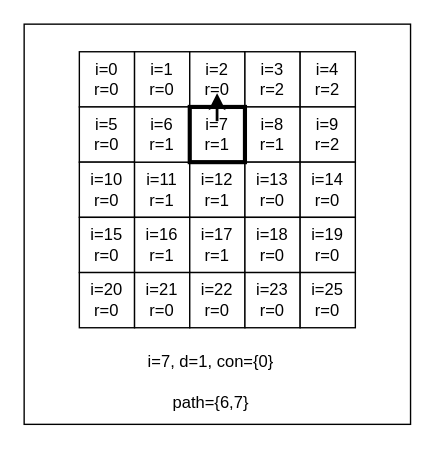
Before: page "Page-4" (4 of 14) of file/Algorithm/NavmeshNavigation/NavmeshNavigation_WalkContour.drawio in FallingXun/FallingXun.github.io, a draw.io diagram. Source tidied: cells renumbered, new cells numbered last; positions are measured from the earlier drawing's top-left corner, leaving out a move shared by most shapes. Both pictures are drawn from the tidied source at 138%, with x=0, y=0 at pixel (23, 23).
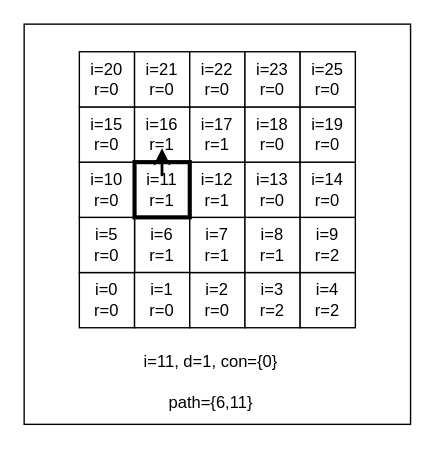
Above is the later version.

Unchanged cells that the change refers to:
```xml
<mxCell id="15" value="&lt;font style=&quot;color: light-dark(rgb(0, 0, 0), rgb(255, 255, 255));&quot;&gt;i=13&lt;/font&gt;&lt;div&gt;&lt;font style=&quot;color: light-dark(rgb(0, 0, 0), rgb(255, 255, 255));&quot;&gt;r=0&lt;/font&gt;&lt;/div&gt;" style="whiteSpace=wrap;html=1;fillColor=light-dark(#FFFFFF,#FF0000);" parent="1" vertex="1">
  <mxGeometry x="160" y="100" width="40" height="40" as="geometry" />
</mxCell>
```

Diff of the diagram source:
```diff
@@
+    <mxCell id="28" value="i=11, d=1, con={0}" style="text;html=1;align=center;verticalAlign=middle;strokeColor=none;fillColor=none;" parent="1" vertex="1">
+      <mxGeometry x="75" y="230" width="120" height="30" as="geometry" />
+    </mxCell>
+    <mxCell id="31" value="path={6,11}" style="text;html=1;align=center;verticalAlign=middle;strokeColor=none;fillColor=none;" parent="1" vertex="1">
+      <mxGeometry x="95" y="260" width="80" height="30" as="geometry" />
+    </mxCell>
+    <mxCell id="27" value="&lt;font style=&quot;color: light-dark(rgb(0, 0, 0), rgb(255, 255, 255));&quot;&gt;i=6&lt;/font&gt;&lt;div&gt;&lt;font style=&quot;color: light-dark(rgb(0, 0, 0), rgb(255, 255, 255));&quot;&gt;r=1&lt;/font&gt;&lt;/div&gt;" style="whiteSpace=wrap;html=1;strokeWidth=1;strokeColor=light-dark(#000000,#FFFFFF);" parent="1" vertex="1">
+      <mxGeometry x="80" y="140" width="40" height="40" as="geometry" />
+    </mxCell>
     <mxCell id="2" value="&lt;font style=&quot;color: light-dark(rgb(0, 0, 0), rgb(255, 255, 255));&quot;&gt;i=0&lt;/font&gt;&lt;div&gt;&lt;font style=&quot;color: light-dark(rgb(0, 0, 0), rgb(255, 255, 255));&quot;&gt;r=0&lt;/font&gt;&lt;/div&gt;" style="whiteSpace=wrap;html=1;fillColor=light-dark(#FFFFFF,#FF0000);" parent="1" vertex="1">
-      <mxGeometry x="40" y="20" width="40" height="40" as="geometry" />
+      <mxGeometry x="40" y="180" width="40" height="40" as="geometry" />
     </mxCell>
     <mxCell id="3" value="&lt;font style=&quot;color: light-dark(rgb(0, 0, 0), rgb(255, 255, 255));&quot;&gt;i=1&lt;/font&gt;&lt;div&gt;&lt;font style=&quot;color: light-dark(rgb(0, 0, 0), rgb(255, 255, 255));&quot;&gt;r=0&lt;/font&gt;&lt;/div&gt;" style="whiteSpace=wrap;html=1;fillColor=light-dark(#FFFFFF,#FF0000);" parent="1" vertex="1">
-      <mxGeometry x="80" y="20" width="40" height="40" as="geometry" />
+      <mxGeometry x="80" y="180" width="40" height="40" as="geometry" />
     </mxCell>
     <mxCell id="4" value="&lt;font style=&quot;color: light-dark(rgb(0, 0, 0), rgb(255, 255, 255));&quot;&gt;i=2&lt;/font&gt;&lt;div&gt;&lt;font style=&quot;color: light-dark(rgb(0, 0, 0), rgb(255, 255, 255));&quot;&gt;r=0&lt;/font&gt;&lt;/div&gt;" style="whiteSpace=wrap;html=1;fillColor=light-dark(#FFFFFF,#FF0000);" parent="1" vertex="1">
-      <mxGeometry x="120" y="20" width="40" height="40" as="geometry" />
+      <mxGeometry x="120" y="180" width="40" height="40" as="geometry" />
     </mxCell>
     <mxCell id="5" value="&lt;font style=&quot;color: light-dark(rgb(0, 0, 0), rgb(0, 0, 0));&quot;&gt;i=3&lt;/font&gt;&lt;div&gt;&lt;font style=&quot;color: light-dark(rgb(0, 0, 0), rgb(0, 0, 0));&quot;&gt;r=2&lt;/font&gt;&lt;/div&gt;" style="whiteSpace=wrap;html=1;fillColor=light-dark(#FFFFFF,#FFFF00);" parent="1" vertex="1">
-      <mxGeometry x="160" y="20" width="40" height="40" as="geometry" />
+      <mxGeometry x="160" y="180" width="40" height="40" as="geometry" />
     </mxCell>
     <mxCell id="6" value="&lt;font style=&quot;color: light-dark(rgb(0, 0, 0), rgb(0, 0, 0));&quot;&gt;i=4&lt;/font&gt;&lt;div&gt;&lt;font style=&quot;color: light-dark(rgb(0, 0, 0), rgb(0, 0, 0));&quot;&gt;r=2&lt;/font&gt;&lt;/div&gt;" style="whiteSpace=wrap;html=1;fillColor=light-dark(#FFFFFF,#FFFF00);" parent="1" vertex="1">
-      <mxGeometry x="200" y="20" width="40" height="40" as="geometry" />
+      <mxGeometry x="200" y="180" width="40" height="40" as="geometry" />
     </mxCell>
-    <mxCell id="7" style="edgeStyle=none;html=1;" parent="1" edge="1" source="8" target="15">
-      <mxGeometry relative="1" as="geometry" />
-    </mxCell>
     <mxCell id="8" value="&lt;font style=&quot;color: light-dark(rgb(0, 0, 0), rgb(255, 255, 255));&quot;&gt;i=5&lt;/font&gt;&lt;div&gt;&lt;font style=&quot;color: light-dark(rgb(0, 0, 0), rgb(255, 255, 255));&quot;&gt;r=0&lt;/font&gt;&lt;/div&gt;" style="whiteSpace=wrap;html=1;fillColor=light-dark(#FFFFFF,#FF0000);" parent="1" vertex="1">
-      <mxGeometry x="40" y="60" width="40" height="40" as="geometry" />
+      <mxGeometry x="40" y="140" width="40" height="40" as="geometry" />
     </mxCell>
     <mxCell id="9" value="&lt;font style=&quot;color: light-dark(rgb(0, 0, 0), rgb(255, 255, 255));&quot;&gt;i=7&lt;/font&gt;&lt;div&gt;&lt;div&gt;&lt;font style=&quot;color: light-dark(rgb(0, 0, 0), rgb(255, 255, 255));&quot;&gt;r=1&lt;/font&gt;&lt;/div&gt;&lt;/div&gt;" style="whiteSpace=wrap;html=1;" parent="1" vertex="1">
-      <mxGeometry x="120" y="60" width="40" height="40" as="geometry" />
+      <mxGeometry x="120" y="140" width="40" height="40" as="geometry" />
     </mxCell>
     <mxCell id="10" value="&lt;font style=&quot;color: light-dark(rgb(0, 0, 0), rgb(255, 255, 255));&quot;&gt;i=8&lt;/font&gt;&lt;div&gt;&lt;font style=&quot;color: light-dark(rgb(0, 0, 0), rgb(255, 255, 255));&quot;&gt;r=1&lt;/font&gt;&lt;/div&gt;" style="whiteSpace=wrap;html=1;" parent="1" vertex="1">
-      <mxGeometry x="160" y="60" width="40" height="40" as="geometry" />
+      <mxGeometry x="160" y="140" width="40" height="40" as="geometry" />
     </mxCell>
     <mxCell id="11" value="&lt;font style=&quot;color: light-dark(rgb(0, 0, 0), rgb(0, 0, 0));&quot;&gt;i=9&lt;/font&gt;&lt;div&gt;&lt;font style=&quot;color: light-dark(rgb(0, 0, 0), rgb(0, 0, 0));&quot;&gt;r=2&lt;/font&gt;&lt;/div&gt;" style="whiteSpace=wrap;html=1;fillColor=light-dark(#FFFFFF,#FFFF00);" parent="1" vertex="1">
-      <mxGeometry x="200" y="60" width="40" height="40" as="geometry" />
+      <mxGeometry x="200" y="140" width="40" height="40" as="geometry" />
     </mxCell>
@@
     <mxCell id="17" value="&lt;font style=&quot;color: light-dark(rgb(0, 0, 0), rgb(255, 255, 255));&quot;&gt;i=15&lt;/font&gt;&lt;div&gt;&lt;font style=&quot;color: light-dark(rgb(0, 0, 0), rgb(255, 255, 255));&quot;&gt;r=0&lt;/font&gt;&lt;/div&gt;" style="whiteSpace=wrap;html=1;fillColor=light-dark(#FFFFFF,#FF0000);" parent="1" vertex="1">
-      <mxGeometry x="40" y="140" width="40" height="40" as="geometry" />
+      <mxGeometry x="40" y="60" width="40" height="40" as="geometry" />
     </mxCell>
     <mxCell id="18" value="&lt;font style=&quot;color: light-dark(rgb(0, 0, 0), rgb(255, 255, 255));&quot;&gt;i=16&lt;/font&gt;&lt;div&gt;&lt;font style=&quot;color: light-dark(rgb(0, 0, 0), rgb(255, 255, 255));&quot;&gt;r=1&lt;/font&gt;&lt;/div&gt;" style="whiteSpace=wrap;html=1;" parent="1" vertex="1">
-      <mxGeometry x="80" y="140" width="40" height="40" as="geometry" />
+      <mxGeometry x="80" y="60" width="40" height="40" as="geometry" />
     </mxCell>
     <mxCell id="19" value="&lt;font style=&quot;color: light-dark(rgb(0, 0, 0), rgb(255, 255, 255));&quot;&gt;i=17&lt;/font&gt;&lt;div&gt;&lt;font style=&quot;color: light-dark(rgb(0, 0, 0), rgb(255, 255, 255));&quot;&gt;r=1&lt;/font&gt;&lt;/div&gt;" style="whiteSpace=wrap;html=1;" parent="1" vertex="1">
-      <mxGeometry x="120" y="140" width="40" height="40" as="geometry" />
+      <mxGeometry x="120" y="60" width="40" height="40" as="geometry" />
     </mxCell>
     <mxCell id="20" value="&lt;font style=&quot;color: light-dark(rgb(0, 0, 0), rgb(255, 255, 255));&quot;&gt;i=18&lt;/font&gt;&lt;div&gt;&lt;font style=&quot;color: light-dark(rgb(0, 0, 0), rgb(255, 255, 255));&quot;&gt;r=0&lt;/font&gt;&lt;/div&gt;" style="whiteSpace=wrap;html=1;fillColor=light-dark(#FFFFFF,#FF0000);" parent="1" vertex="1">
-      <mxGeometry x="160" y="140" width="40" height="40" as="geometry" />
+      <mxGeometry x="160" y="60" width="40" height="40" as="geometry" />
     </mxCell>
     <mxCell id="21" value="&lt;font style=&quot;color: light-dark(rgb(0, 0, 0), rgb(255, 255, 255));&quot;&gt;i=19&lt;/font&gt;&lt;div&gt;&lt;font style=&quot;color: light-dark(rgb(0, 0, 0), rgb(255, 255, 255));&quot;&gt;r=0&lt;/font&gt;&lt;/div&gt;" style="whiteSpace=wrap;html=1;fillColor=light-dark(#FFFFFF,#FF0000);" parent="1" vertex="1">
-      <mxGeometry x="200" y="140" width="40" height="40" as="geometry" />
+      <mxGeometry x="200" y="60" width="40" height="40" as="geometry" />
     </mxCell>
     <mxCell id="22" value="&lt;font style=&quot;color: light-dark(rgb(0, 0, 0), rgb(255, 255, 255));&quot;&gt;i=20&lt;/font&gt;&lt;div&gt;&lt;font style=&quot;color: light-dark(rgb(0, 0, 0), rgb(255, 255, 255));&quot;&gt;r=0&lt;/font&gt;&lt;/div&gt;" style="whiteSpace=wrap;html=1;fillColor=light-dark(#FFFFFF,#FF0000);" parent="1" vertex="1">
-      <mxGeometry x="40" y="180" width="40" height="40" as="geometry" />
+      <mxGeometry x="40" y="20" width="40" height="40" as="geometry" />
     </mxCell>
     <mxCell id="23" value="&lt;font style=&quot;color: light-dark(rgb(0, 0, 0), rgb(255, 255, 255));&quot;&gt;i=21&lt;/font&gt;&lt;div&gt;&lt;font style=&quot;color: light-dark(rgb(0, 0, 0), rgb(255, 255, 255));&quot;&gt;r=0&lt;/font&gt;&lt;/div&gt;" style="whiteSpace=wrap;html=1;fillColor=light-dark(#FFFFFF,#FF0000);" parent="1" vertex="1">
-      <mxGeometry x="80" y="180" width="40" height="40" as="geometry" />
+      <mxGeometry x="80" y="20" width="40" height="40" as="geometry" />
     </mxCell>
     <mxCell id="24" value="&lt;font style=&quot;color: light-dark(rgb(0, 0, 0), rgb(255, 255, 255));&quot;&gt;i=22&lt;/font&gt;&lt;div&gt;&lt;font style=&quot;color: light-dark(rgb(0, 0, 0), rgb(255, 255, 255));&quot;&gt;r=0&lt;/font&gt;&lt;/div&gt;" style="whiteSpace=wrap;html=1;fillColor=light-dark(#FFFFFF,#FF0000);" parent="1" vertex="1">
-      <mxGeometry x="120" y="180" width="40" height="40" as="geometry" />
+      <mxGeometry x="120" y="20" width="40" height="40" as="geometry" />
     </mxCell>
     <mxCell id="25" value="&lt;font style=&quot;color: light-dark(rgb(0, 0, 0), rgb(255, 255, 255));&quot;&gt;i=23&lt;/font&gt;&lt;div&gt;&lt;font style=&quot;color: light-dark(rgb(0, 0, 0), rgb(255, 255, 255));&quot;&gt;r=0&lt;/font&gt;&lt;/div&gt;" style="whiteSpace=wrap;html=1;fillColor=light-dark(#FFFFFF,#FF0000);" parent="1" vertex="1">
-      <mxGeometry x="160" y="180" width="40" height="40" as="geometry" />
+      <mxGeometry x="160" y="20" width="40" height="40" as="geometry" />
     </mxCell>
     <mxCell id="26" value="&lt;font style=&quot;color: light-dark(rgb(0, 0, 0), rgb(255, 255, 255));&quot;&gt;i=25&lt;/font&gt;&lt;div&gt;&lt;font style=&quot;color: light-dark(rgb(0, 0, 0), rgb(255, 255, 255));&quot;&gt;r=0&lt;/font&gt;&lt;/div&gt;" style="whiteSpace=wrap;html=1;fillColor=light-dark(#FFFFFF,#FF0000);" parent="1" vertex="1">
-      <mxGeometry x="200" y="180" width="40" height="40" as="geometry" />
+      <mxGeometry x="200" y="20" width="40" height="40" as="geometry" />
     </mxCell>
-    <mxCell id="27" value="&lt;font style=&quot;color: light-dark(rgb(0, 0, 0), rgb(255, 255, 255));&quot;&gt;i=6&lt;/font&gt;&lt;div&gt;&lt;font style=&quot;color: light-dark(rgb(0, 0, 0), rgb(255, 255, 255));&quot;&gt;r=1&lt;/font&gt;&lt;/div&gt;" style="whiteSpace=wrap;html=1;strokeWidth=1;strokeColor=light-dark(#000000,#FFFFFF);" parent="1" vertex="1">
-      <mxGeometry x="80" y="60" width="40" height="40" as="geometry" />
-    </mxCell>
-    <mxCell id="28" value="i=7, d=1, con={0}" style="text;html=1;align=center;verticalAlign=middle;strokeColor=none;fillColor=none;" parent="1" vertex="1">
-      <mxGeometry x="80" y="230" width="110" height="30" as="geometry" />
-    </mxCell>
-    <mxCell id="29" style="whiteSpace=wrap;html=1;strokeWidth=3;strokeColor=light-dark(#000000,#00FF00);fillColor=none;" parent="1" vertex="1">
-      <mxGeometry x="120" y="60" width="40" height="40" as="geometry" />
-    </mxCell>
-    <mxCell id="30" style="endArrow=classic;html=1;strokeColor=light-dark(#000000,#FFFFFF);strokeWidth=2;" parent="1" edge="1">
-      <mxGeometry relative="1" as="geometry">
-        <mxPoint x="139.8" y="70.3" as="sourcePoint" />
-        <mxPoint x="139.8" y="50" as="targetPoint" />
-      </mxGeometry>
-    </mxCell>
-    <mxCell id="31" value="path={6,7}" style="text;html=1;align=center;verticalAlign=middle;strokeColor=none;fillColor=none;" parent="1" vertex="1">
-      <mxGeometry x="95" y="260" width="80" height="30" as="geometry" />
-    </mxCell>
+    <mxCell id="33" style="edgeStyle=none;html=1;" parent="1" edge="1" source="34" target="17">
+      <mxGeometry relative="1" as="geometry" />
+    </mxCell>
+    <mxCell id="34" style="whiteSpace=wrap;html=1;strokeWidth=3;strokeColor=light-dark(#000000,#00FF00);fillColor=none;" parent="1" vertex="1">
+      <mxGeometry x="80" y="100" width="40" height="40" as="geometry" />
+    </mxCell>
+    <mxCell id="35" style="endArrow=classic;html=1;strokeColor=light-dark(#000000,#FFFFFF);strokeWidth=2;" parent="1" edge="1">
+      <mxGeometry relative="1" as="geometry">
+        <mxPoint x="99.9" y="110.1" as="sourcePoint" />
+        <mxPoint x="99.9" y="90" as="targetPoint" />
+      </mxGeometry>
+    </mxCell>
```
